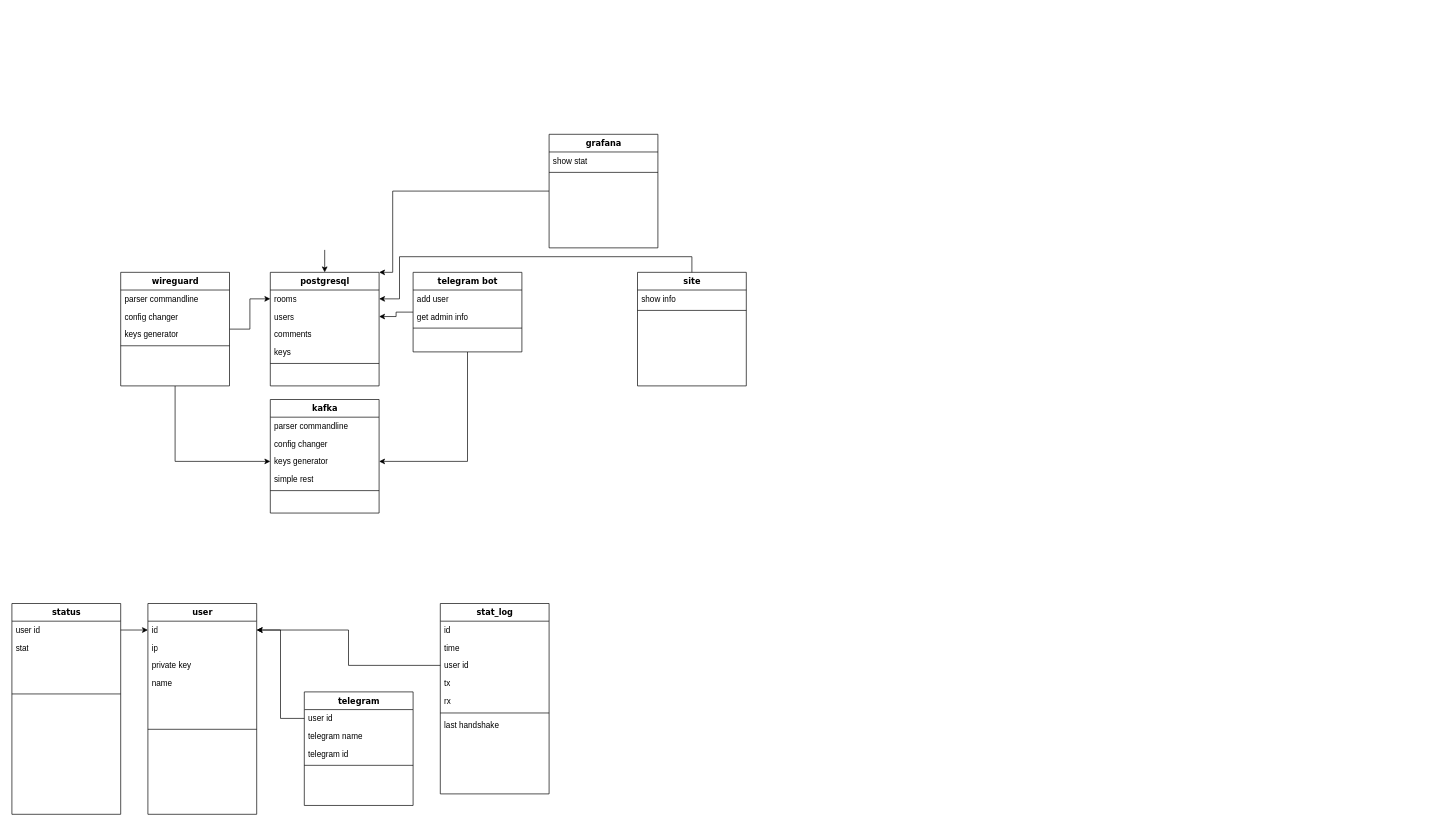
This is architecture.drawio from zhenyagit/friends_VPN, a draw.io file, before an edit. Source tidied: cells renumbered, new cells numbered last; positions are measured from the earlier drawing's top-left corner, leaving out a move shared by most shapes. Both pictures are drawn from the tidied source at 68%, with x=0, y=0 at pixel (12, 134).
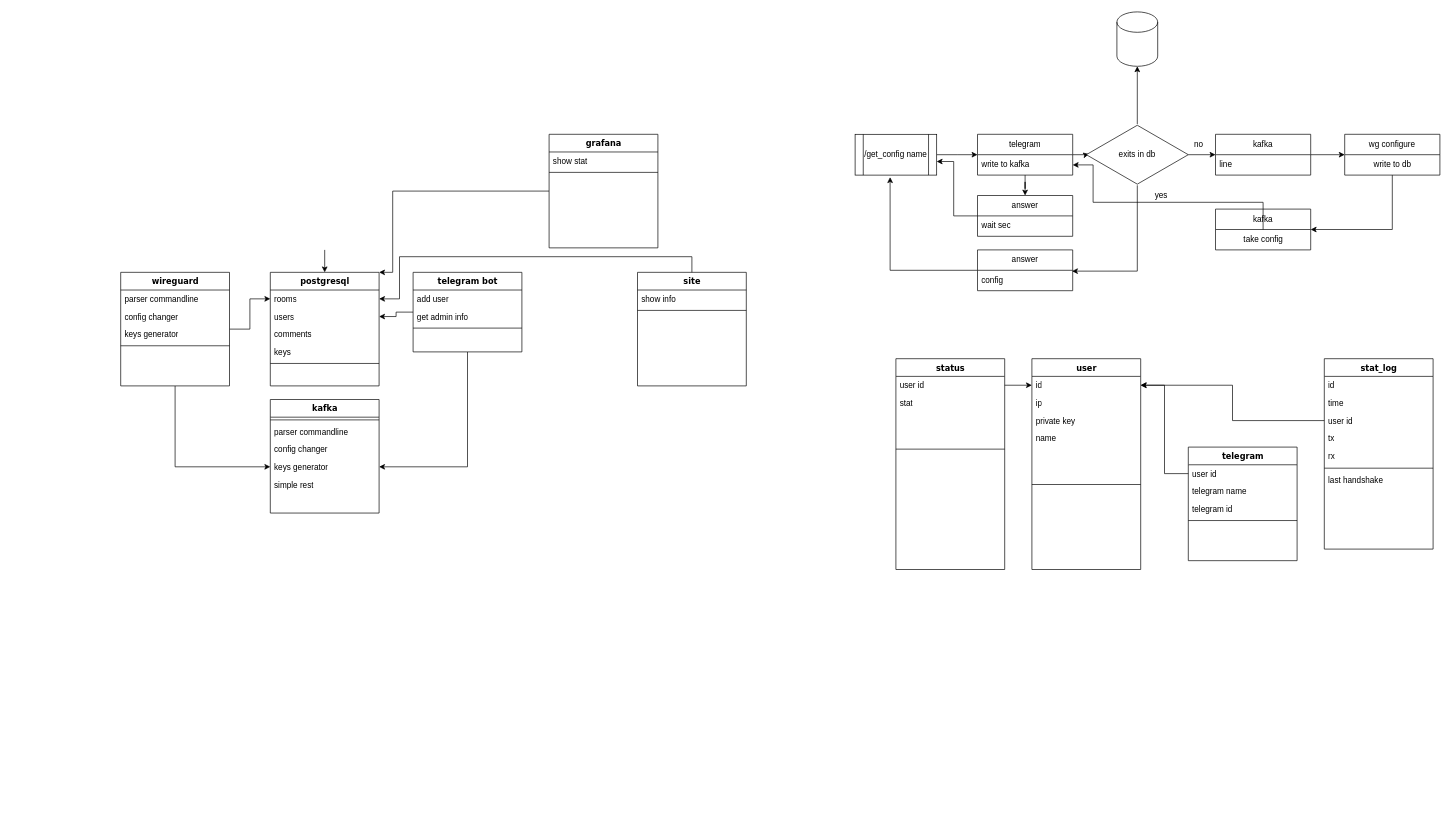
The same page after the edit.

Unchanged cells that the change refers to:
```xml
<mxCell id="21" value="kafka" style="swimlane;html=1;fontStyle=1;align=center;verticalAlign=top;horizontal=1;startSize=26;swimlaneFillColor=#ffffff;rounded=0;shadow=0;comic=0;labelBackgroundColor=none;strokeWidth=1;fillColor=none;fontFamily=Verdana;fontSize=12;" parent="1" vertex="1">
  <mxGeometry x="380" y="390" width="160" height="167" as="geometry" />
</mxCell>
```

The edit, as a diff of the source:
```diff
@@
+    <mxCell id="26" style="line;html=1;strokeWidth=1;fillColor=none;align=left;verticalAlign=middle;spacingTop=-1;spacingLeft=3;spacingRight=3;labelPosition=right;" parent="21" vertex="1">
+      <mxGeometry y="26" width="160" height="8" as="geometry" />
+    </mxCell>
     <mxCell id="22" value="parser commandline" style="text;html=1;strokeColor=none;fillColor=none;align=left;verticalAlign=top;spacingLeft=4;spacingRight=4;whiteSpace=wrap;overflow=hidden;" parent="21" vertex="1">
-      <mxGeometry y="26" width="160" height="26" as="geometry" />
+      <mxGeometry y="34" width="160" height="26" as="geometry" />
     </mxCell>
     <mxCell id="23" value="config changer" style="text;html=1;strokeColor=none;fillColor=none;align=left;verticalAlign=top;spacingLeft=4;spacingRight=4;whiteSpace=wrap;overflow=hidden;" parent="21" vertex="1">
-      <mxGeometry y="52" width="160" height="26" as="geometry" />
+      <mxGeometry y="60" width="160" height="26" as="geometry" />
     </mxCell>
     <mxCell id="24" value="keys generator" style="text;html=1;strokeColor=none;fillColor=none;align=left;verticalAlign=top;spacingLeft=4;spacingRight=4;whiteSpace=wrap;overflow=hidden;points=[[0,0.5],[1,0.5]];portConstraint=eastwest;" parent="21" vertex="1">
-      <mxGeometry y="78" width="160" height="26" as="geometry" />
+      <mxGeometry y="86" width="160" height="26" as="geometry" />
     </mxCell>
     <mxCell id="25" value="simple rest" style="text;html=1;strokeColor=none;fillColor=none;align=left;verticalAlign=top;spacingLeft=4;spacingRight=4;whiteSpace=wrap;overflow=hidden;" parent="21" vertex="1">
-      <mxGeometry y="104" width="160" height="26" as="geometry" />
+      <mxGeometry y="112" width="160" height="26" as="geometry" />
     </mxCell>
-    <mxCell id="26" style="line;html=1;strokeWidth=1;fillColor=none;align=left;verticalAlign=middle;spacingTop=-1;spacingLeft=3;spacingRight=3;labelPosition=right;" parent="21" vertex="1">
-      <mxGeometry y="130" width="160" height="8" as="geometry" />
-    </mxCell>
@@
     <mxCell id="36" value="telegram" style="swimlane;html=1;fontStyle=1;align=center;verticalAlign=top;horizontal=1;startSize=26;swimlaneFillColor=#ffffff;rounded=0;shadow=0;comic=0;labelBackgroundColor=none;strokeWidth=1;fillColor=none;fontFamily=Verdana;fontSize=12;" parent="1" vertex="1">
-      <mxGeometry x="430" y="820" width="160" height="167" as="geometry" />
+      <mxGeometry x="1730" y="460" width="160" height="167" as="geometry" />
     </mxCell>
@@
     <mxCell id="41" value="stat_log" style="swimlane;html=1;fontStyle=1;align=center;verticalAlign=top;horizontal=1;startSize=26;swimlaneFillColor=#ffffff;rounded=0;shadow=0;comic=0;labelBackgroundColor=none;strokeWidth=1;fillColor=none;fontFamily=Verdana;fontSize=12;" parent="1" vertex="1">
-      <mxGeometry x="630" y="690" width="160" height="280" as="geometry" />
+      <mxGeometry x="1930" y="330" width="160" height="280" as="geometry" />
     </mxCell>
@@
     <mxCell id="49" value="user" style="swimlane;html=1;fontStyle=1;align=center;verticalAlign=top;horizontal=1;startSize=26;swimlaneFillColor=#ffffff;rounded=0;shadow=0;comic=0;labelBackgroundColor=none;strokeWidth=1;fillColor=none;fontFamily=Verdana;fontSize=12;" parent="1" vertex="1">
-      <mxGeometry x="200" y="690" width="160" height="310" as="geometry" />
+      <mxGeometry x="1500" y="330" width="160" height="310" as="geometry" />
     </mxCell>
@@
     <mxCell id="55" value="status" style="swimlane;html=1;fontStyle=1;align=center;verticalAlign=top;horizontal=1;startSize=26;swimlaneFillColor=#ffffff;rounded=0;shadow=0;comic=0;labelBackgroundColor=none;strokeWidth=1;fillColor=none;fontFamily=Verdana;fontSize=12;" parent="1" vertex="1">
-      <mxGeometry y="690" width="160" height="310" as="geometry" />
+      <mxGeometry x="1300" y="330" width="160" height="310" as="geometry" />
     </mxCell>
@@
+    <mxCell id="62" style="edgeStyle=orthogonalEdgeStyle;rounded=0;jettySize=auto;html=1;exitX=1;exitY=0.5;exitDx=0;exitDy=0;" parent="1" edge="1" source="63">
+      <mxGeometry relative="1" as="geometry">
+        <mxPoint x="1420" y="30" as="targetPoint" />
+      </mxGeometry>
+    </mxCell>
+    <mxCell id="63" value="/get_config name" style="shape=process;whiteSpace=wrap;html=1;backgroundOutline=1;" parent="1" vertex="1">
+      <mxGeometry x="1240" width="120" height="60" as="geometry" />
+    </mxCell>
+    <mxCell id="64" style="edgeStyle=orthogonalEdgeStyle;rounded=0;jettySize=auto;html=1;" parent="1" edge="1" source="66" target="71">
+      <mxGeometry relative="1" as="geometry" />
+    </mxCell>
+    <mxCell id="65" style="edgeStyle=orthogonalEdgeStyle;rounded=0;jettySize=auto;html=1;entryX=0.026;entryY=0.49;entryDx=0;entryDy=0;entryPerimeter=0;" parent="1" edge="1" source="66" target="81">
+      <mxGeometry relative="1" as="geometry" />
+    </mxCell>
+    <mxCell id="66" value="telegram" style="swimlane;fontStyle=0;horizontal=1;startSize=30;whiteSpace=wrap;html=1;" parent="1" vertex="1">
+      <mxGeometry x="1420" width="140" height="60" as="geometry" />
+    </mxCell>
+    <mxCell id="67" value="write to kafka" style="text;strokeColor=none;fillColor=none;align=left;verticalAlign=middle;spacingLeft=4;spacingRight=4;overflow=hidden;points=[[0,0.5],[1,0.5]];portConstraint=eastwest;whiteSpace=wrap;html=1;" parent="66" vertex="1">
+      <mxGeometry y="30" width="140" height="30" as="geometry" />
+    </mxCell>
+    <mxCell id="68" style="edgeStyle=orthogonalEdgeStyle;rounded=0;jettySize=auto;html=1;" parent="1" edge="1" source="69" target="75">
+      <mxGeometry relative="1" as="geometry" />
+    </mxCell>
+    <mxCell id="69" value="kafka" style="swimlane;fontStyle=0;horizontal=1;startSize=30;whiteSpace=wrap;html=1;" parent="1" vertex="1">
+      <mxGeometry x="1770" width="140" height="60" as="geometry" />
+    </mxCell>
+    <mxCell id="70" value="line" style="text;strokeColor=none;fillColor=none;align=left;verticalAlign=middle;spacingLeft=4;spacingRight=4;overflow=hidden;whiteSpace=wrap;html=1;" parent="69" vertex="1">
+      <mxGeometry y="30" width="140" height="30" as="geometry" />
+    </mxCell>
+    <mxCell id="71" value="answer" style="swimlane;fontStyle=0;horizontal=1;startSize=30;whiteSpace=wrap;html=1;" parent="1" vertex="1">
+      <mxGeometry x="1420" y="90" width="140" height="60" as="geometry" />
+    </mxCell>
+    <mxCell id="72" value="wait sec" style="text;strokeColor=none;fillColor=none;align=left;verticalAlign=middle;spacingLeft=4;spacingRight=4;overflow=hidden;points=[[0,0.5],[1,0.5]];portConstraint=eastwest;whiteSpace=wrap;html=1;" parent="71" vertex="1">
+      <mxGeometry y="30" width="140" height="30" as="geometry" />
+    </mxCell>
+    <mxCell id="73" style="edgeStyle=orthogonalEdgeStyle;rounded=0;jettySize=auto;html=1;" parent="1" edge="1" source="72">
+      <mxGeometry relative="1" as="geometry">
+        <mxPoint x="1360" y="40" as="targetPoint" />
+        <Array as="points">
+          <mxPoint x="1385" y="120" />
+          <mxPoint x="1385" y="40" />
+        </Array>
+      </mxGeometry>
+    </mxCell>
+    <mxCell id="74" style="edgeStyle=orthogonalEdgeStyle;rounded=0;jettySize=auto;html=1;" parent="1" edge="1" source="75" target="87">
+      <mxGeometry relative="1" as="geometry">
+        <Array as="points">
+          <mxPoint x="2030" y="140" />
+        </Array>
+      </mxGeometry>
+    </mxCell>
+    <mxCell id="75" value="wg configure" style="swimlane;fontStyle=0;horizontal=1;startSize=30;whiteSpace=wrap;html=1;" parent="1" vertex="1">
+      <mxGeometry x="1960" width="140" height="60" as="geometry" />
+    </mxCell>
+    <mxCell id="76" value="write to db" style="text;html=1;align=center;verticalAlign=middle;strokeColor=none;fillColor=none;" parent="75" vertex="1">
+      <mxGeometry y="30" width="140" height="30" as="geometry" />
+    </mxCell>
+    <mxCell id="77" style="shape=cylinder3;whiteSpace=wrap;html=1;boundedLbl=1;backgroundOutline=1;size=15;" parent="1" vertex="1">
+      <mxGeometry x="1625" y="-180" width="60" height="80" as="geometry" />
+    </mxCell>
+    <mxCell id="78" style="edgeStyle=orthogonalEdgeStyle;rounded=0;jettySize=auto;html=1;entryX=0.5;entryY=1;entryDx=0;entryDy=0;entryPerimeter=0;" parent="1" edge="1" source="81" target="77">
+      <mxGeometry relative="1" as="geometry" />
+    </mxCell>
+    <mxCell id="79" style="edgeStyle=orthogonalEdgeStyle;rounded=0;jettySize=auto;html=1;" parent="1" edge="1" source="81" target="69">
+      <mxGeometry relative="1" as="geometry" />
+    </mxCell>
+    <mxCell id="80" style="edgeStyle=orthogonalEdgeStyle;rounded=0;jettySize=auto;html=1;entryX=0.993;entryY=0.041;entryDx=0;entryDy=0;entryPerimeter=0;" parent="1" edge="1" source="81" target="86">
+      <mxGeometry relative="1" as="geometry" />
+    </mxCell>
+    <mxCell id="81" value="exits in db" style="html=1;whiteSpace=wrap;shape=isoRectangle;" parent="1" vertex="1">
+      <mxGeometry x="1580" y="-15" width="150" height="90" as="geometry" />
+    </mxCell>
+    <mxCell id="82" value="no" style="text;html=1;align=center;verticalAlign=middle;strokeColor=none;fillColor=none;" parent="1" vertex="1">
+      <mxGeometry x="1725" width="40" height="30" as="geometry" />
+    </mxCell>
+    <mxCell id="83" value="yes" style="text;html=1;align=center;verticalAlign=middle;strokeColor=none;fillColor=none;" parent="1" vertex="1">
+      <mxGeometry x="1670" y="75" width="40" height="30" as="geometry" />
+    </mxCell>
+    <mxCell id="84" style="edgeStyle=orthogonalEdgeStyle;rounded=0;jettySize=auto;html=1;entryX=0.429;entryY=1.05;entryDx=0;entryDy=0;entryPerimeter=0;" parent="1" edge="1" source="85" target="63">
+      <mxGeometry relative="1" as="geometry" />
+    </mxCell>
+    <mxCell id="85" value="answer" style="swimlane;fontStyle=0;horizontal=1;startSize=30;whiteSpace=wrap;html=1;" parent="1" vertex="1">
+      <mxGeometry x="1420" y="170" width="140" height="60" as="geometry" />
+    </mxCell>
+    <mxCell id="86" value="config" style="text;strokeColor=none;fillColor=none;align=left;verticalAlign=middle;spacingLeft=4;spacingRight=4;overflow=hidden;points=[[0,0.5],[1,0.5]];portConstraint=eastwest;whiteSpace=wrap;html=1;" parent="85" vertex="1">
+      <mxGeometry y="30" width="140" height="30" as="geometry" />
+    </mxCell>
+    <mxCell id="87" value="kafka" style="swimlane;fontStyle=0;horizontal=1;startSize=30;whiteSpace=wrap;html=1;" parent="1" vertex="1">
+      <mxGeometry x="1770" y="110" width="140" height="60" as="geometry" />
+    </mxCell>
+    <mxCell id="88" value="take config" style="text;html=1;align=center;verticalAlign=middle;points=[];strokeColor=none;fillColor=none;" parent="87" vertex="1">
+      <mxGeometry y="30" width="140" height="30" as="geometry" />
+    </mxCell>
+    <mxCell id="89" style="edgeStyle=orthogonalEdgeStyle;rounded=0;jettySize=auto;html=1;entryX=1;entryY=0.5;entryDx=0;entryDy=0;" parent="1" edge="1" source="88" target="67">
+      <mxGeometry relative="1" as="geometry">
+        <Array as="points">
+          <mxPoint x="1840" y="100" />
+          <mxPoint x="1590" y="100" />
+          <mxPoint x="1590" y="45" />
+        </Array>
+      </mxGeometry>
+    </mxCell>
```
